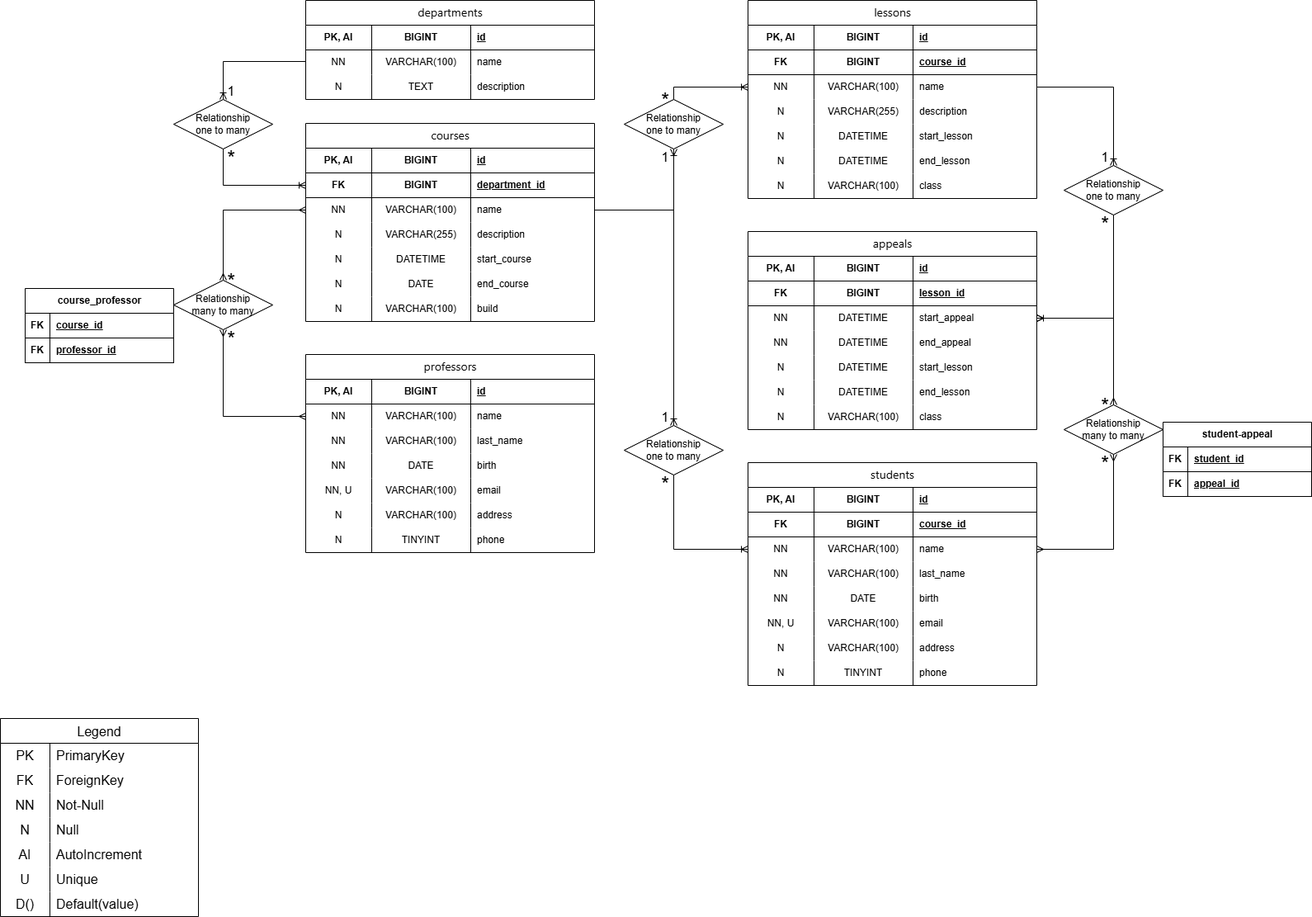
Campocruz/db-university keeps this draw.io diagram as schema.png. Above is the earlier version. Source tidied: cells renumbered, new cells last; positions are measured from the earlier drawing's top-left corner, leaving out a move shared by most shapes.
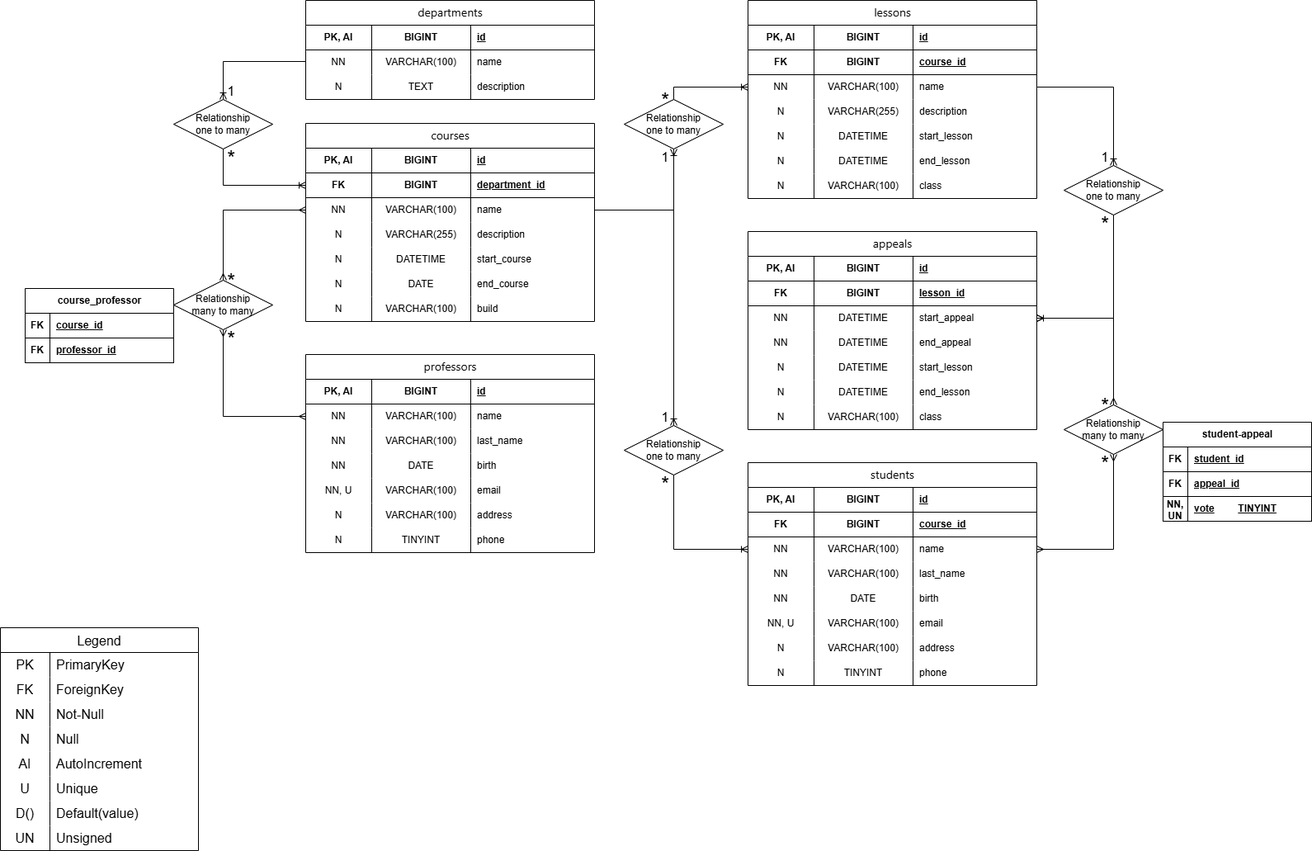
The same diagram one commit later.

Commit message:
correct pivot table

Change to the diagram source:
```diff
@@ -42,7 +42,7 @@
       <mxGeometry x="200" width="150" height="30" as="geometry" />
     </mxCell>
     <mxCell id="15" value="Legend" style="shape=table;startSize=30;rowLines=0;fontStyle=0;strokeColor=default;fontSize=16;" parent="1" vertex="1">
-      <mxGeometry y="870" width="240" height="240" as="geometry" />
+      <mxGeometry y="760" width="240" height="270" as="geometry" />
     </mxCell>
     <mxCell id="16" style="shape=tableRow;horizontal=0;startSize=0;swimlaneHead=0;swimlaneBody=0;top=0;left=0;bottom=0;right=0;fillColor=none;strokeColor=inherit;fontSize=16;" parent="15" vertex="1">
       <mxGeometry y="30" width="240" height="30" as="geometry" />
@@ -107,6 +107,15 @@
     <mxCell id="36" value="Default(value)" style="shape=partialRectangle;html=1;whiteSpace=wrap;fillColor=none;top=0;left=0;bottom=0;right=0;align=left;spacingLeft=6;overflow=hidden;strokeColor=inherit;fontSize=16;" parent="34" vertex="1">
       <mxGeometry x="60" width="180" height="30" as="geometry" />
     </mxCell>
+    <mxCell id="230" style="shape=tableRow;horizontal=0;startSize=0;swimlaneHead=0;swimlaneBody=0;top=0;left=0;bottom=0;right=0;fillColor=none;strokeColor=inherit;fontSize=16;" parent="15" vertex="1">
+      <mxGeometry y="240" width="240" height="30" as="geometry" />
+    </mxCell>
+    <mxCell id="231" value="UN" style="shape=partialRectangle;html=1;whiteSpace=wrap;fillColor=none;top=0;left=0;bottom=0;right=0;overflow=hidden;strokeColor=inherit;fontSize=16;" parent="230" vertex="1">
+      <mxGeometry width="60" height="30" as="geometry" />
+    </mxCell>
+    <mxCell id="232" value="Unsigned" style="shape=partialRectangle;html=1;whiteSpace=wrap;fillColor=none;top=0;left=0;bottom=0;right=0;align=left;spacingLeft=6;overflow=hidden;strokeColor=inherit;fontSize=16;" parent="230" vertex="1">
+      <mxGeometry x="60" width="180" height="30" as="geometry" />
+    </mxCell>
     <mxCell id="37" value="&lt;span style=&quot;font-family: system-ui, -apple-system, sans-serif; font-size: 14px; font-weight: 400; text-align: start; white-space: pre-wrap;&quot;&gt;professors&lt;/span&gt;" style="shape=table;startSize=30;rowLines=0;fontStyle=1;align=center;html=1;" parent="1" vertex="1">
       <mxGeometry x="370" y="429" width="350" height="240" as="geometry" />
     </mxCell>
@@ -635,7 +644,7 @@
       <mxGeometry relative="1" as="geometry" />
     </mxCell>
     <mxCell id="211" value="student-appeal" style="shape=table;startSize=30;rowLines=0;fontStyle=1;align=center;html=1;" parent="1" vertex="1">
-      <mxGeometry x="1409" y="511" width="180" height="90" as="geometry" />
+      <mxGeometry x="1409" y="511" width="180" height="120" as="geometry" />
     </mxCell>
     <mxCell id="212" style="shape=tableRow;horizontal=0;startSize=0;swimlaneHead=0;swimlaneBody=0;fillColor=none;top=0;left=0;right=0;bottom=1;" parent="211" vertex="1">
       <mxGeometry y="30" width="180" height="30" as="geometry" />
@@ -655,6 +664,15 @@
     <mxCell id="217" value="appeal_id" style="shape=partialRectangle;fillColor=none;top=0;left=0;bottom=0;right=0;align=left;spacingLeft=6;fontStyle=5;overflow=hidden;whiteSpace=wrap;html=1;" parent="215" vertex="1">
       <mxGeometry x="30" width="150" height="30" as="geometry" />
     </mxCell>
+    <mxCell id="233" style="shape=tableRow;horizontal=0;startSize=0;swimlaneHead=0;swimlaneBody=0;fillColor=none;top=0;left=0;right=0;bottom=1;" parent="211" vertex="1">
+      <mxGeometry y="90" width="180" height="30" as="geometry" />
+    </mxCell>
+    <mxCell id="234" value="NN, UN" style="shape=partialRectangle;fillColor=none;top=0;left=0;bottom=0;right=0;fontStyle=1;overflow=hidden;whiteSpace=wrap;html=1;" parent="233" vertex="1">
+      <mxGeometry width="30" height="30" as="geometry" />
+    </mxCell>
+    <mxCell id="235" value="vote&lt;span style=&quot;white-space: pre;&quot;&gt;&#9;&lt;/span&gt;&lt;span style=&quot;white-space: pre;&quot;&gt;&#9;&lt;/span&gt;TINYINT" style="shape=partialRectangle;fillColor=none;top=0;left=0;bottom=0;right=0;align=left;spacingLeft=6;fontStyle=5;overflow=hidden;whiteSpace=wrap;html=1;" parent="233" vertex="1">
+      <mxGeometry x="30" width="150" height="30" as="geometry" />
+    </mxCell>
     <mxCell id="218" value="1" style="text;html=1;whiteSpace=wrap;strokeColor=none;fillColor=none;align=center;verticalAlign=middle;rounded=0;fontSize=16;" parent="1" vertex="1">
       <mxGeometry x="270" y="100" width="20" height="20" as="geometry" />
     </mxCell>
```
